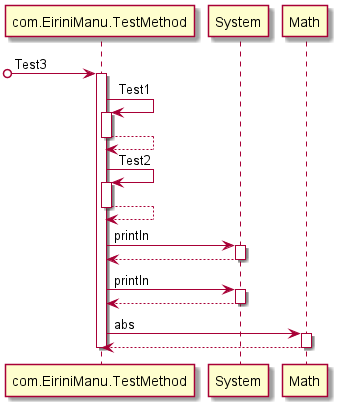
This is Diagrams/sequenceDiagram.png from manucapo/Gardener, a PlantUML export, as it was before one commit.
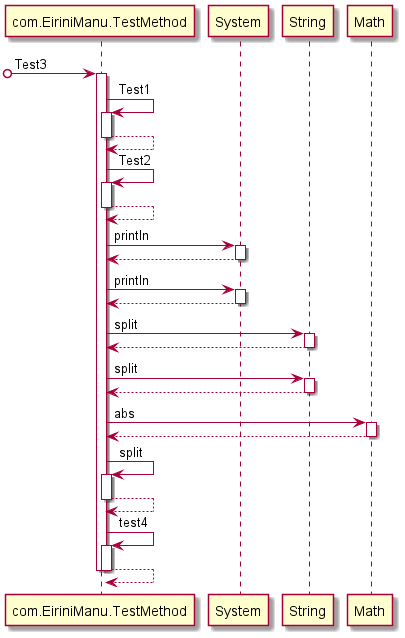
After the commit.

The edit, as a diff of the source:
```diff
@@ -17,9 +17,25 @@
 activate System
 System-->com.EiriniManu.TestMethod
 deactivate System
+com.EiriniManu.TestMethod -> String: split
+activate String
+String-->com.EiriniManu.TestMethod
+deactivate String
+com.EiriniManu.TestMethod -> String: split
+activate String
+String-->com.EiriniManu.TestMethod
+deactivate String
 com.EiriniManu.TestMethod -> Math: abs
 activate Math
 Math-->com.EiriniManu.TestMethod
 deactivate Math
+com.EiriniManu.TestMethod -> com.EiriniManu.TestMethod: split
+activate com.EiriniManu.TestMethod
+com.EiriniManu.TestMethod-->com.EiriniManu.TestMethod
+deactivate com.EiriniManu.TestMethod
+com.EiriniManu.TestMethod -> com.EiriniManu.TestMethod: test4
+activate com.EiriniManu.TestMethod
+com.EiriniManu.TestMethod-->com.EiriniManu.TestMethod
+deactivate com.EiriniManu.TestMethod
 deactivate com.EiriniManu.TestMethod
 @enduml
```
